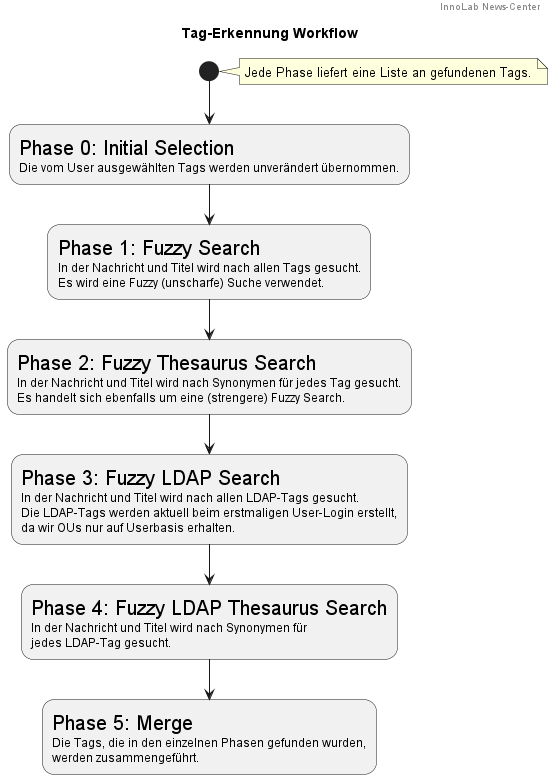
Earlier version of the PlantUML export tagrecognition-Tag_Erkennung_Workflow.png (News-Center/news-manager).
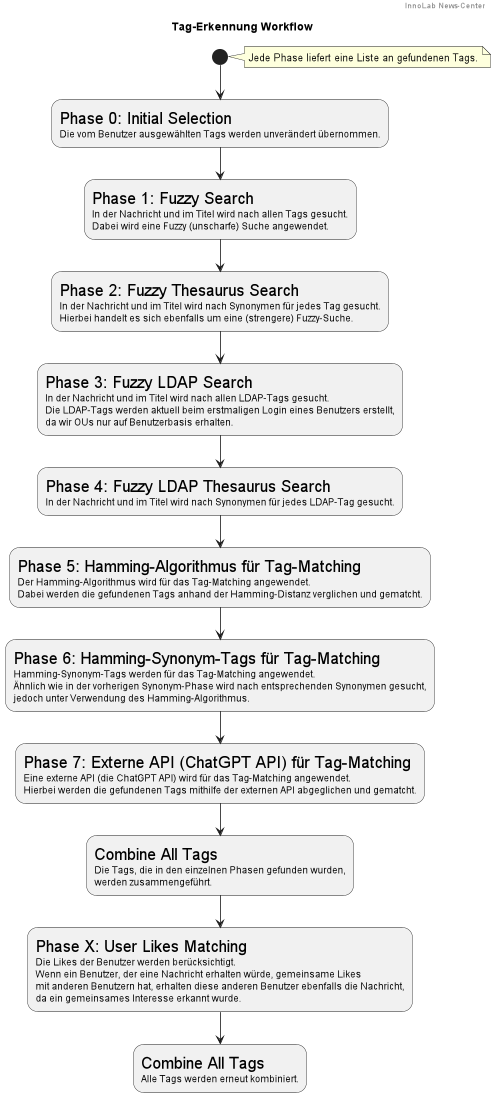
After the commit.

Diff of the diagram source:
```diff
@@ -1,8 +1,8 @@
 @startuml
 !define CENTER_FOOTER center footer
 !define CENTER_HEADER center header
-!define CENTER_HEADER center title
-!define CENTER_HEADER center note
+!define CENTER_TITLE center title
+!define CENTER_NOTE center note
 
 header "InnoLab News-Center"
 title  "Tag-Erkennung Workflow"
@@ -10,36 +10,49 @@
 Jede Phase liefert eine Liste an gefundenen Tags.
 end note
 
-
- (*)-down> "<size:20>Phase 0: Initial Selection</size>
-Die vom User ausgewählten Tags werden unverändert übernommen.
-" as A0
+(*)-down> "<size:20>Phase 0: Initial Selection</size>
+Die vom Benutzer ausgewählten Tags werden unverändert übernommen." as A0
 
 A0 --> "<size:20>Phase 1: Fuzzy Search</size>
-In der Nachricht und Titel wird nach allen Tags gesucht.
-Es wird eine Fuzzy (unscharfe) Suche verwendet.
-" as A1
+In der Nachricht und im Titel wird nach allen Tags gesucht.
+Dabei wird eine Fuzzy (unscharfe) Suche angewendet." as A1
 
 A1 --> "<size:20>Phase 2: Fuzzy Thesaurus Search</size>
-        In der Nachricht und Titel wird nach Synonymen für jedes Tag gesucht.
-        Es handelt sich ebenfalls um eine (strengere) Fuzzy Search.
-        " as A2
+In der Nachricht und im Titel wird nach Synonymen für jedes Tag gesucht.
+Hierbei handelt es sich ebenfalls um eine (strengere) Fuzzy-Suche." as A2
 
 A2 --> "<size:20>Phase 3: Fuzzy LDAP Search</size>
-    In der Nachricht und Titel wird nach allen LDAP-Tags gesucht.
-    Die LDAP-Tags werden aktuell beim erstmaligen User-Login erstellt,
-    da wir OUs nur auf Userbasis erhalten.
-      " as A3
+In der Nachricht und im Titel wird nach allen LDAP-Tags gesucht.
+Die LDAP-Tags werden aktuell beim erstmaligen Login eines Benutzers erstellt,
+da wir OUs nur auf Benutzerbasis erhalten." as A3
 
 A3 --> "<size:20>Phase 4: Fuzzy LDAP Thesaurus Search</size>
-   In der Nachricht und Titel wird nach Synonymen für
-   jedes LDAP-Tag gesucht.
-      " as A4
+In der Nachricht und im Titel wird nach Synonymen für jedes LDAP-Tag gesucht." as A4
 
-A4 --> "<size:20>Phase 5: Merge</size>
-   Die Tags, die in den einzelnen Phasen gefunden wurden,
-    werden zusammengeführt.
-      " as A5
+A4 --> "<size:20>Phase 5: Hamming-Algorithmus für Tag-Matching</size>
+Der Hamming-Algorithmus wird für das Tag-Matching angewendet.
+Dabei werden die gefundenen Tags anhand der Hamming-Distanz verglichen und gematcht." as A5
 
+A5 --> "<size:20>Phase 6: Hamming-Synonym-Tags für Tag-Matching</size>
+Hamming-Synonym-Tags werden für das Tag-Matching angewendet.
+Ähnlich wie in der vorherigen Synonym-Phase wird nach entsprechenden Synonymen gesucht,
+jedoch unter Verwendung des Hamming-Algorithmus." as A6
+
+A6 --> "<size:20>Phase 7: Externe API (ChatGPT API) für Tag-Matching</size>
+Eine externe API (die ChatGPT API) wird für das Tag-Matching angewendet.
+Hierbei werden die gefundenen Tags mithilfe der externen API abgeglichen und gematcht." as A7
+
+A7 --> "<size:20>Combine All Tags</size>
+Die Tags, die in den einzelnen Phasen gefunden wurden,
+werden zusammengeführt." as A8
+
+A8 --> "<size:20>Phase X: User Likes Matching</size>
+Die Likes der Benutzer werden berücksichtigt.
+Wenn ein Benutzer, der eine Nachricht erhalten würde, gemeinsame Likes
+mit anderen Benutzern hat, erhalten diese anderen Benutzer ebenfalls die Nachricht,
+da ein gemeinsames Interesse erkannt wurde." as A9
+
+A9 -->  "<size:20>Combine All Tags</size>
+Alle Tags werden erneut kombiniert." as A10
 
 @enduml
```
